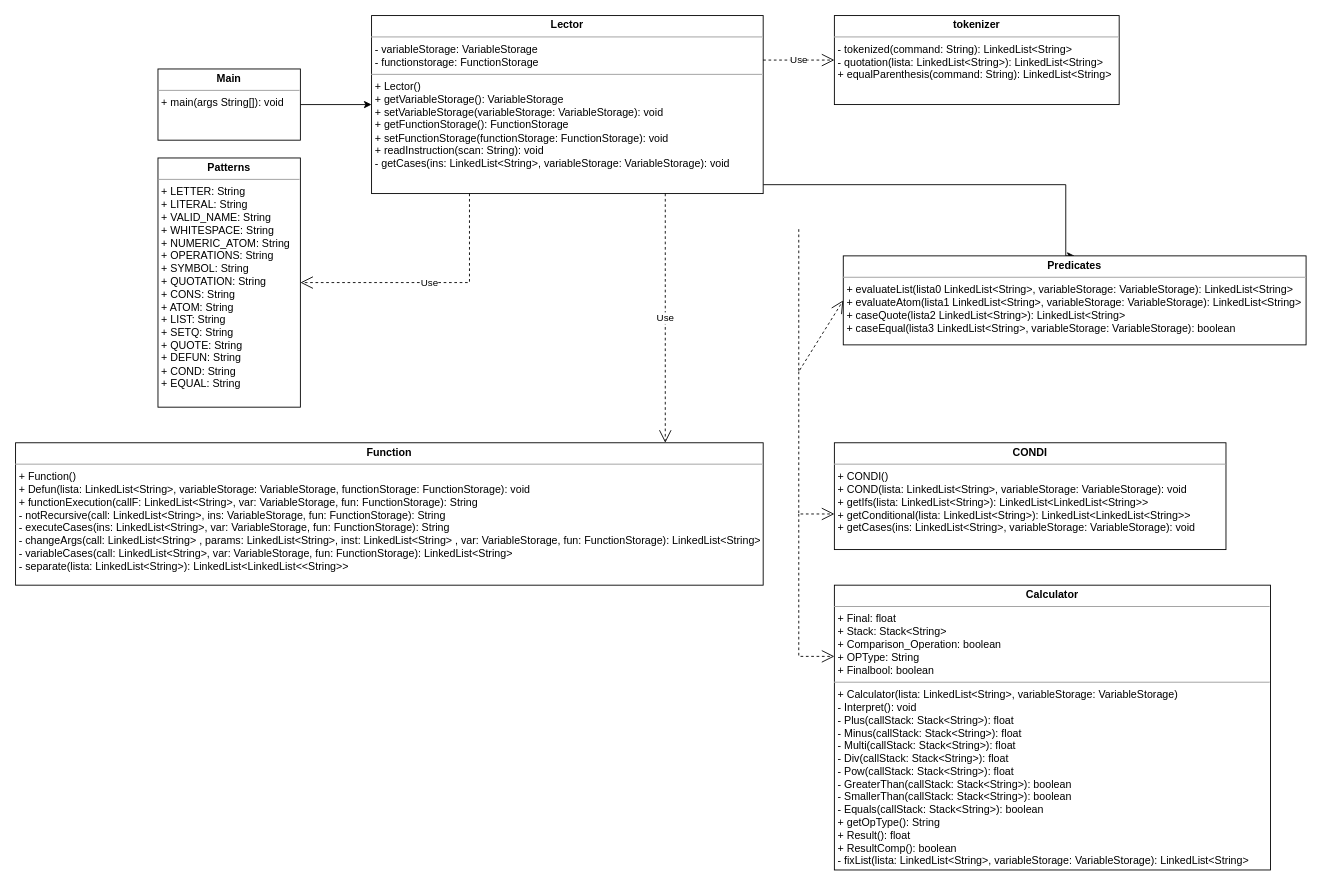
Earlier version of the draw.io diagram Proyecto1/Fases/Fase2/Class Diagram.drawio.drawio (DiggsPapu/Proyect1_Lisp_Interpreter). Source tidied: cells renumbered, new cells numbered last; positions are measured from the earlier drawing's top-left corner, leaving out a move shared by most shapes. Both pictures are drawn from the tidied source at 89%, with x=0, y=0 at pixel (15, 15).
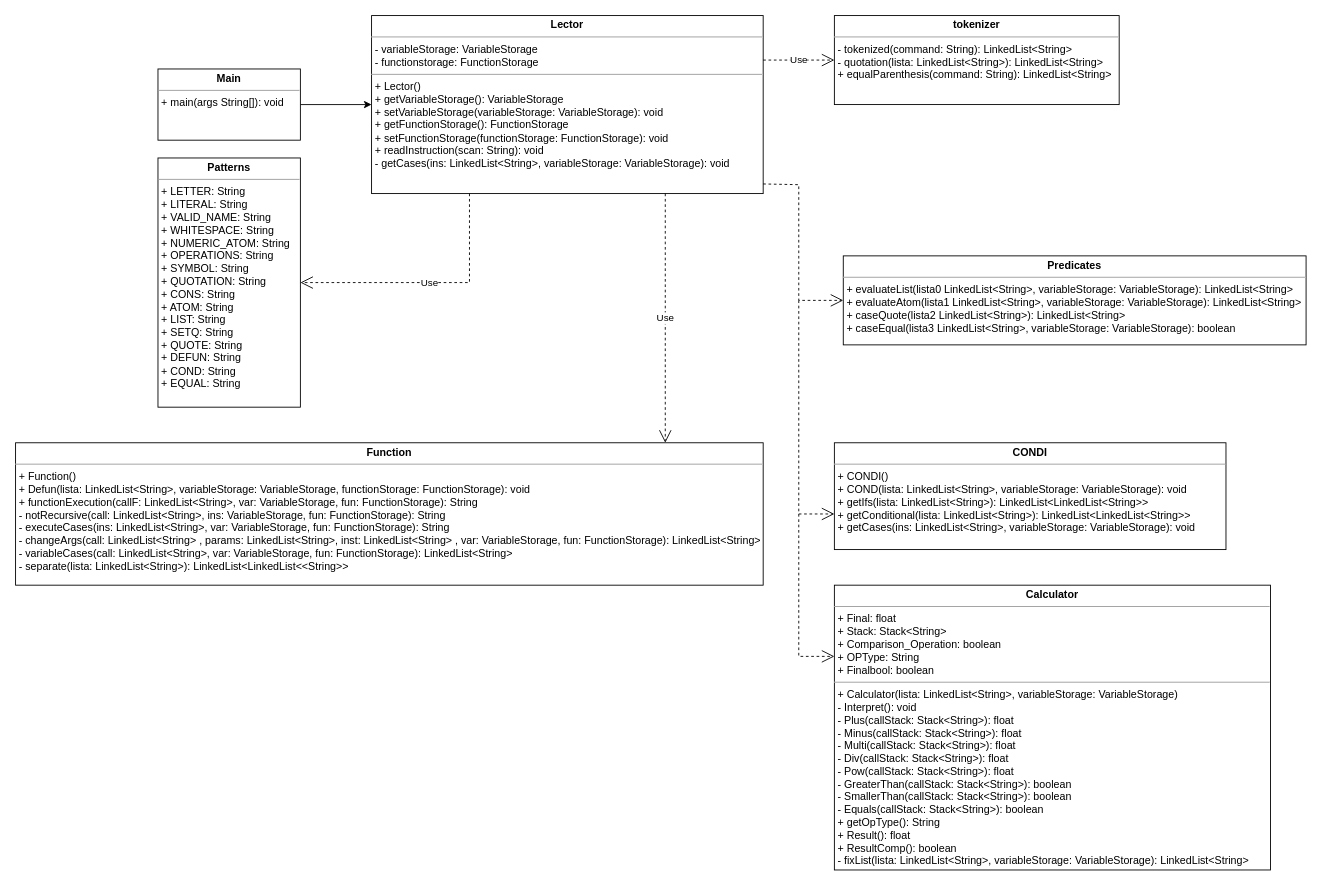
The same diagram, later.

The change refers to these unchanged cells:
```xml
<mxCell id="3" value="&lt;p style=&quot;margin: 0px ; margin-top: 4px ; text-align: center&quot;&gt;&lt;b&gt;Lector&lt;/b&gt;&lt;/p&gt;&lt;hr size=&quot;1&quot;&gt;&lt;p style=&quot;margin: 0px ; margin-left: 4px&quot;&gt;- variableStorage: VariableStorage&lt;/p&gt;&lt;p style=&quot;margin: 0px ; margin-left: 4px&quot;&gt;- functionstorage: FunctionStorage&lt;/p&gt;&lt;hr size=&quot;1&quot;&gt;&lt;p style=&quot;margin: 0px ; margin-left: 4px&quot;&gt;+ Lector()&lt;br&gt;&lt;/p&gt;&lt;p style=&quot;margin: 0px ; margin-left: 4px&quot;&gt;+ getVariableStorage(): VariableStorage&lt;/p&gt;&lt;p style=&quot;margin: 0px ; margin-left: 4px&quot;&gt;+&amp;nbsp;setVariableStorage(variableStorage: VariableStorage): void&lt;/p&gt;&lt;p style=&quot;margin: 0px 0px 0px 4px&quot;&gt;+ getFunctionStorage(): FunctionStorage&lt;/p&gt;&lt;p style=&quot;margin: 0px 0px 0px 4px&quot;&gt;+&amp;nbsp;setFunctionStorage(functionStorage: FunctionStorage): void&lt;/p&gt;&lt;p style=&quot;margin: 0px ; margin-left: 4px&quot;&gt;+ readInstruction(scan: String): void&lt;/p&gt;&lt;p style=&quot;margin: 0px ; margin-left: 4px&quot;&gt;- getCases(ins: LinkedList&amp;lt;String&amp;gt;, variableStorage: VariableStorage): void&lt;/p&gt;" style="verticalAlign=top;align=left;overflow=fill;fontSize=12;fontFamily=Helvetica;html=1;" parent="1" vertex="1">
  <mxGeometry x="400" width="440" height="200" as="geometry" />
</mxCell>
<mxCell id="10" value="&lt;p style=&quot;margin: 0px ; margin-top: 4px ; text-align: center&quot;&gt;&lt;b&gt;Predicates&lt;/b&gt;&lt;/p&gt;&lt;hr size=&quot;1&quot;&gt;&lt;p style=&quot;margin: 0px ; margin-left: 4px&quot;&gt;+ evaluateList(lista0 LinkedList&amp;lt;String&amp;gt;, variableStorage: VariableStorage): LinkedList&amp;lt;String&amp;gt;&lt;/p&gt;&lt;p style=&quot;margin: 0px ; margin-left: 4px&quot;&gt;+ evaluateAtom(lista1 LinkedList&amp;lt;String&amp;gt;, variableStorage: VariableStorage): LinkedList&amp;lt;String&amp;gt;&lt;br&gt;&lt;/p&gt;&lt;p style=&quot;margin: 0px ; margin-left: 4px&quot;&gt;+ caseQuote(lista2 LinkedList&amp;lt;String&amp;gt;): LinkedList&amp;lt;String&amp;gt;&lt;br&gt;&lt;/p&gt;&lt;p style=&quot;margin: 0px ; margin-left: 4px&quot;&gt;+ caseEqual(lista3 LinkedList&amp;lt;String&amp;gt;, variableStorage: VariableStorage): boolean&lt;br&gt;&lt;/p&gt;&lt;p style=&quot;margin: 0px ; margin-left: 4px&quot;&gt;&lt;br&gt;&lt;/p&gt;" style="verticalAlign=top;align=left;overflow=fill;fontSize=12;fontFamily=Helvetica;html=1;" parent="1" vertex="1">
  <mxGeometry x="930" y="270" width="520" height="100" as="geometry" />
</mxCell>
```

Change to the diagram source:
```diff
@@
-    <mxCell id="2" style="edgeStyle=orthogonalEdgeStyle;rounded=0;jettySize=auto;html=1;entryX=0.5;entryY=0;entryDx=0;entryDy=0;" parent="1" edge="1" source="3" target="10">
-      <mxGeometry relative="1" as="geometry">
-        <Array as="points">
-          <mxPoint x="1180" y="190" />
-        </Array>
-      </mxGeometry>
-    </mxCell>
@@
-    <mxCell id="14" style="endArrow=open;endSize=12;dashed=1;html=1;rounded=0;entryX=0;entryY=0.5;entryDx=0;entryDy=0;" parent="1" edge="1" target="10">
+    <mxCell id="14" style="endArrow=open;endSize=12;dashed=1;html=1;rounded=0;entryX=0;entryY=0.5;entryDx=0;entryDy=0;exitX=1;exitY=0.946;exitDx=0;exitDy=0;exitPerimeter=0;" parent="1" edge="1" source="3" target="10">
       <mxGeometry x="0.16" y="-70" relative="1" as="geometry">
-        <mxPoint x="880" y="240" as="sourcePoint" />
         <Array as="points">
-          <mxPoint x="880" y="400" />
+          <mxPoint x="880" y="190" />
+          <mxPoint x="880" y="320" />
         </Array>
       </mxGeometry>
     </mxCell>
     <mxCell id="15" style="endArrow=open;endSize=12;dashed=1;html=1;rounded=0;entryX=0;entryY=0.5;entryDx=0;entryDy=0;" parent="1" edge="1">
       <mxGeometry x="0.16" y="-70" relative="1" as="geometry">
-        <mxPoint x="880" y="400" as="sourcePoint" />
+        <mxPoint x="880" y="320" as="sourcePoint" />
         <mxPoint x="920" y="560" as="targetPoint" />
         <Array as="points">
           <mxPoint x="880" y="560" />
         </Array>
       </mxGeometry>
     </mxCell>
```
